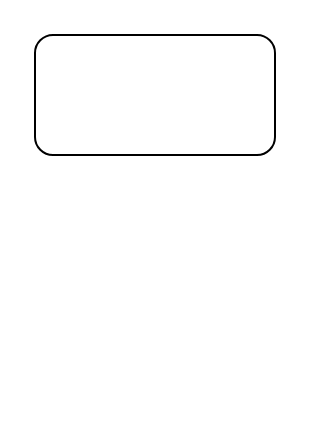
Earlier version of the draw.io diagram Untitled Diagram.drawio (yudha-nurul/python-fundamental). Source tidied: cells renumbered, new cells numbered last; positions are measured from the earlier drawing's top-left corner, leaving out a move shared by most shapes. Both pictures are drawn from the tidied source at 200%, with x=0, y=0 at pixel (34, 34).
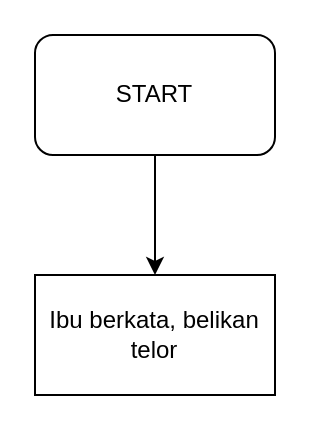
The same diagram, later.

Commit message:
sintaksis_dasar

What changed in the source:
```diff
@@
 <mxGraphModel>
   <root>
     <mxCell id="0" />
     <mxCell id="1" parent="0" />
+    <mxCell id="3" style="edgeStyle=orthogonalEdgeStyle;rounded=0;jettySize=auto;html=1;" parent="1" edge="1" source="2" target="4">
+      <mxGeometry relative="1" as="geometry" />
+    </mxCell>
-    <mxCell id="2" style="rounded=1;whiteSpace=wrap;html=1;" parent="1" vertex="1">
+    <mxCell id="2" value="START" style="rounded=1;whiteSpace=wrap;html=1;" parent="1" vertex="1">
       <mxGeometry width="120" height="60" as="geometry" />
     </mxCell>
+    <mxCell id="4" value="Ibu berkata, belikan telor" style="rounded=0;whiteSpace=wrap;html=1;" parent="1" vertex="1">
+      <mxGeometry y="120" width="120" height="60" as="geometry" />
+    </mxCell>
   </root>
 </mxGraphModel>
```
